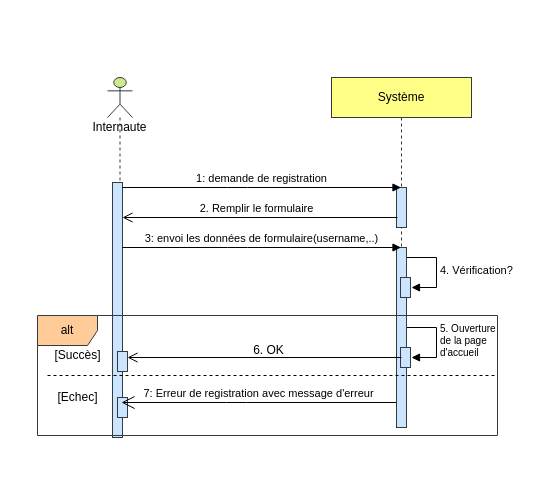
This is scenario_internaute_register.drawio from amine-elarass49/angular_doc, a draw.io file, before an edit. Source tidied: cells renumbered, new cells numbered last; positions are measured from the earlier drawing's top-left corner, leaving out a move shared by most shapes. Both pictures are drawn from the tidied source at 100%, with x=0, y=0 at pixel (37, 77).
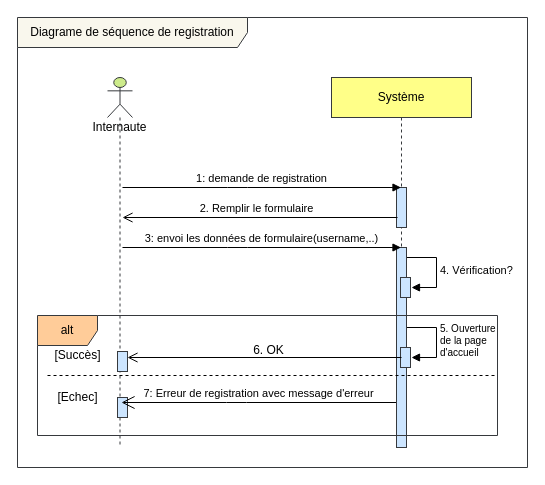
Above is the later version.

Diff of the diagram source:
```diff
@@
     <mxCell id="2" value="Internaute" style="shape=umlLifeline;participant=umlActor;perimeter=lifelinePerimeter;whiteSpace=wrap;html=1;verticalAlign=top;spacingTop=36;fillColor=#cdeb8b;strokeColor=#36393d;" parent="1" vertex="1">
-      <mxGeometry x="70" width="25" height="360" as="geometry" />
+      <mxGeometry x="70" width="25" height="370" as="geometry" />
     </mxCell>
-    <mxCell id="3" style="html=1;points=[[0,0,0,0,5],[0,1,0,0,-5],[1,0,0,0,5],[1,1,0,0,-5]];perimeter=orthogonalPerimeter;outlineConnect=0;targetShapes=umlLifeline;portConstraint=eastwest;newEdgeStyle={&quot;curved&quot;:0,&quot;rounded&quot;:0};fillColor=#cce5ff;strokeColor=#36393d;" parent="2" vertex="1">
-      <mxGeometry x="5" y="105" width="10" height="255" as="geometry" />
-    </mxCell>
@@
     <mxCell id="5" value="Système" style="shape=umlLifeline;perimeter=lifelinePerimeter;whiteSpace=wrap;html=1;fillColor=#ffff88;strokeColor=#36393d;" parent="1" vertex="1">
-      <mxGeometry x="294" width="140" height="350" as="geometry" />
+      <mxGeometry x="294" width="140" height="370" as="geometry" />
     </mxCell>
@@
-    <mxCell id="9" style="html=1;verticalAlign=bottom;endArrow=open;endSize=8;" parent="5" edge="1" target="3">
+    <mxCell id="9" style="html=1;verticalAlign=bottom;endArrow=open;endSize=8;" parent="5" edge="1">
       <mxGeometry relative="1" as="geometry">
         <mxPoint x="66" y="140" as="sourcePoint" />
+        <mxPoint x="-209" y="140" as="targetPoint" />
         <Array as="points">
           <mxPoint x="-89.5" y="140" />
         </Array>
       </mxGeometry>
     </mxCell>
@@
     <mxCell id="12" style="html=1;perimeter=orthogonalPerimeter;targetShapes=umlLifeline;newEdgeStyle={&quot;curved&quot;:0,&quot;rounded&quot;:0};fillColor=#cce5ff;strokeColor=#36393d;" parent="5" vertex="1">
-      <mxGeometry x="65" y="170" width="10" height="180" as="geometry" />
+      <mxGeometry x="65" y="170" width="10" height="200" as="geometry" />
     </mxCell>
@@
+    <mxCell id="24" value="&lt;div&gt;Diagrame de séquence de registration&lt;br&gt;&lt;/div&gt;" style="shape=umlFrame;whiteSpace=wrap;html=1;width=230;height=30;fillColor=#f9f7ed;strokeColor=#36393d;" parent="1" vertex="1">
+      <mxGeometry x="-20" y="-60" width="510" height="450" as="geometry" />
+    </mxCell>
```
